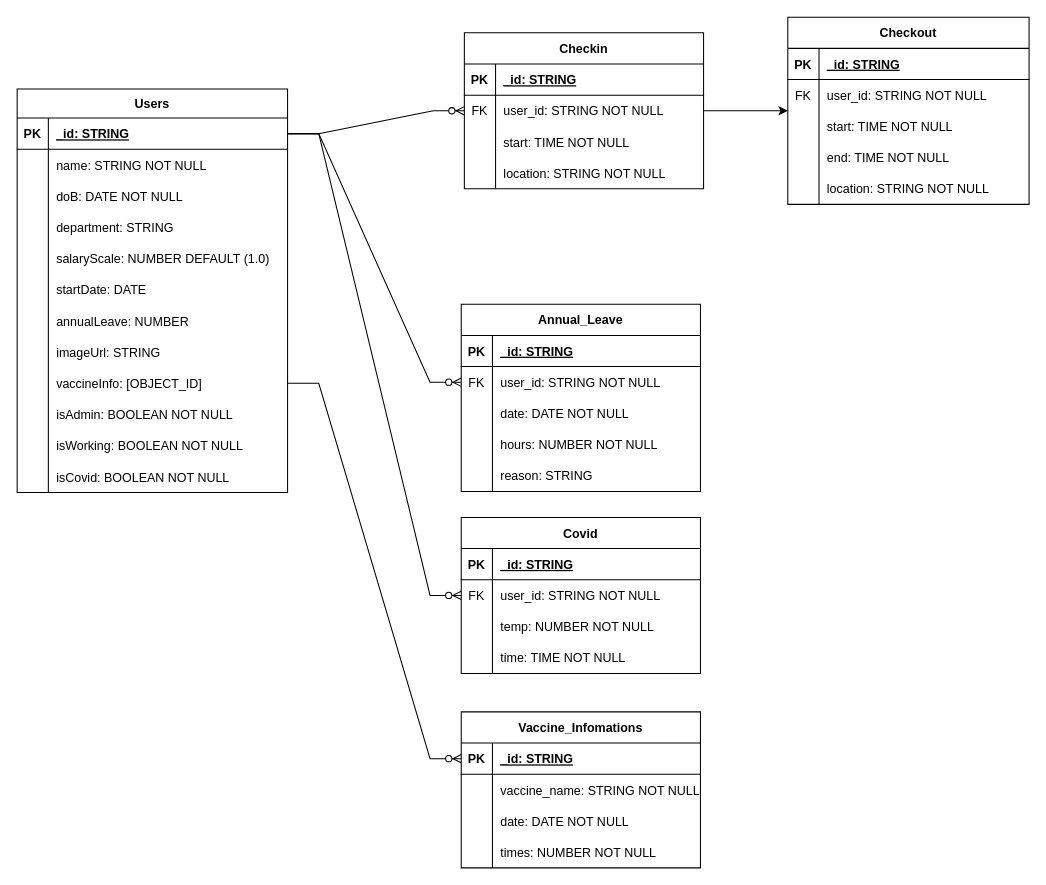
This is EDR.drawio from shineofichi/StaffsManager, a draw.io file, before an edit. Source tidied: cells renumbered, new cells numbered last; positions are measured from the earlier drawing's top-left corner, leaving out a move shared by most shapes. Both pictures are drawn from the tidied source at 104%, with x=0, y=0 at pixel (17, 17).
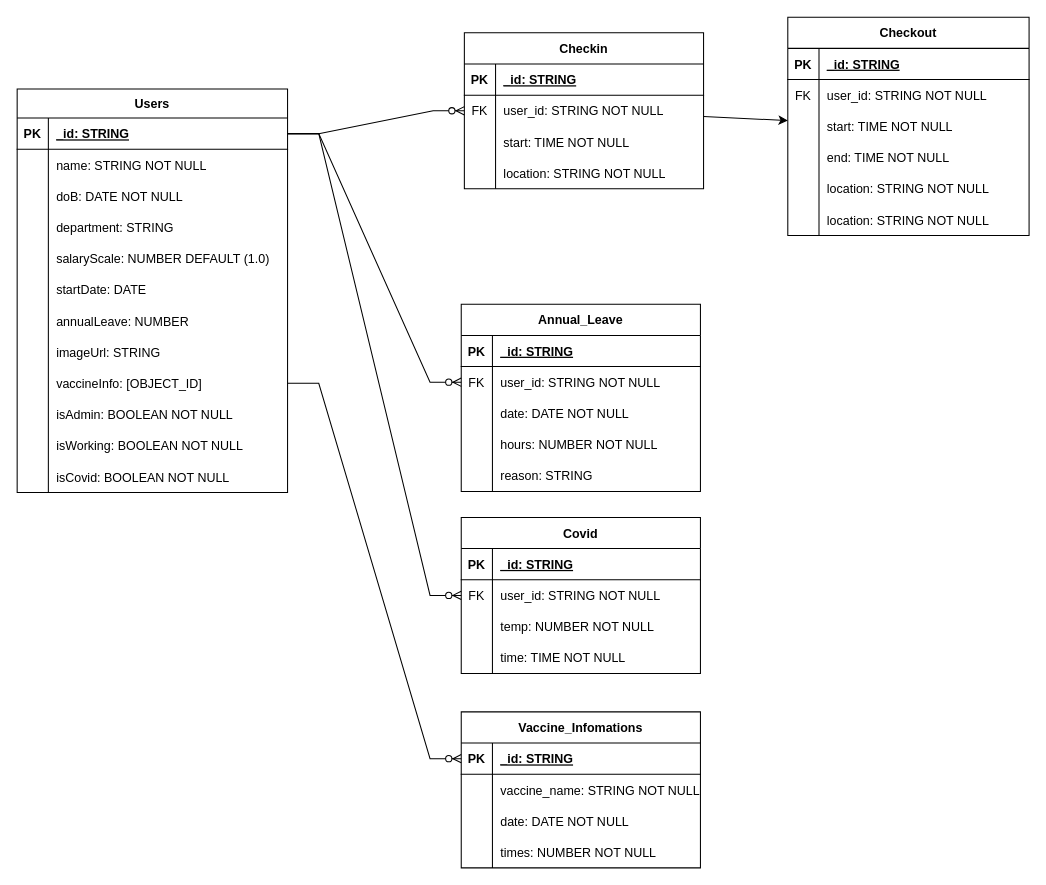
The same diagram, later.

What changed in the source:
```diff
@@
     <mxCell id="99" value="Checkout" style="shape=table;startSize=30;childLayout=tableLayout;rowLines=0;fontStyle=1;align=center;" parent="1" vertex="1">
-      <mxGeometry x="741" width="232" height="180" as="geometry" />
+      <mxGeometry x="741" width="232" height="210" as="geometry" />
     </mxCell>
@@
+    <mxCell id="115" style="shape=tableRow;horizontal=0;startSize=0;swimlaneHead=0;swimlaneBody=0;fillColor=none;top=0;left=0;right=0;bottom=0;" parent="99" vertex="1">
+      <mxGeometry y="180" width="232" height="30" as="geometry" />
+    </mxCell>
+    <mxCell id="116" style="shape=partialRectangle;fillColor=none;top=0;left=0;bottom=0;right=0;overflow=hidden;" parent="115" vertex="1">
+      <mxGeometry width="30" height="30" as="geometry" />
+    </mxCell>
+    <mxCell id="117" value="location: STRING NOT NULL" style="shape=partialRectangle;fillColor=none;top=0;left=0;bottom=0;right=0;align=left;spacingLeft=6;overflow=hidden;" parent="115" vertex="1">
+      <mxGeometry x="30" width="202" height="30" as="geometry" />
+    </mxCell>
```
